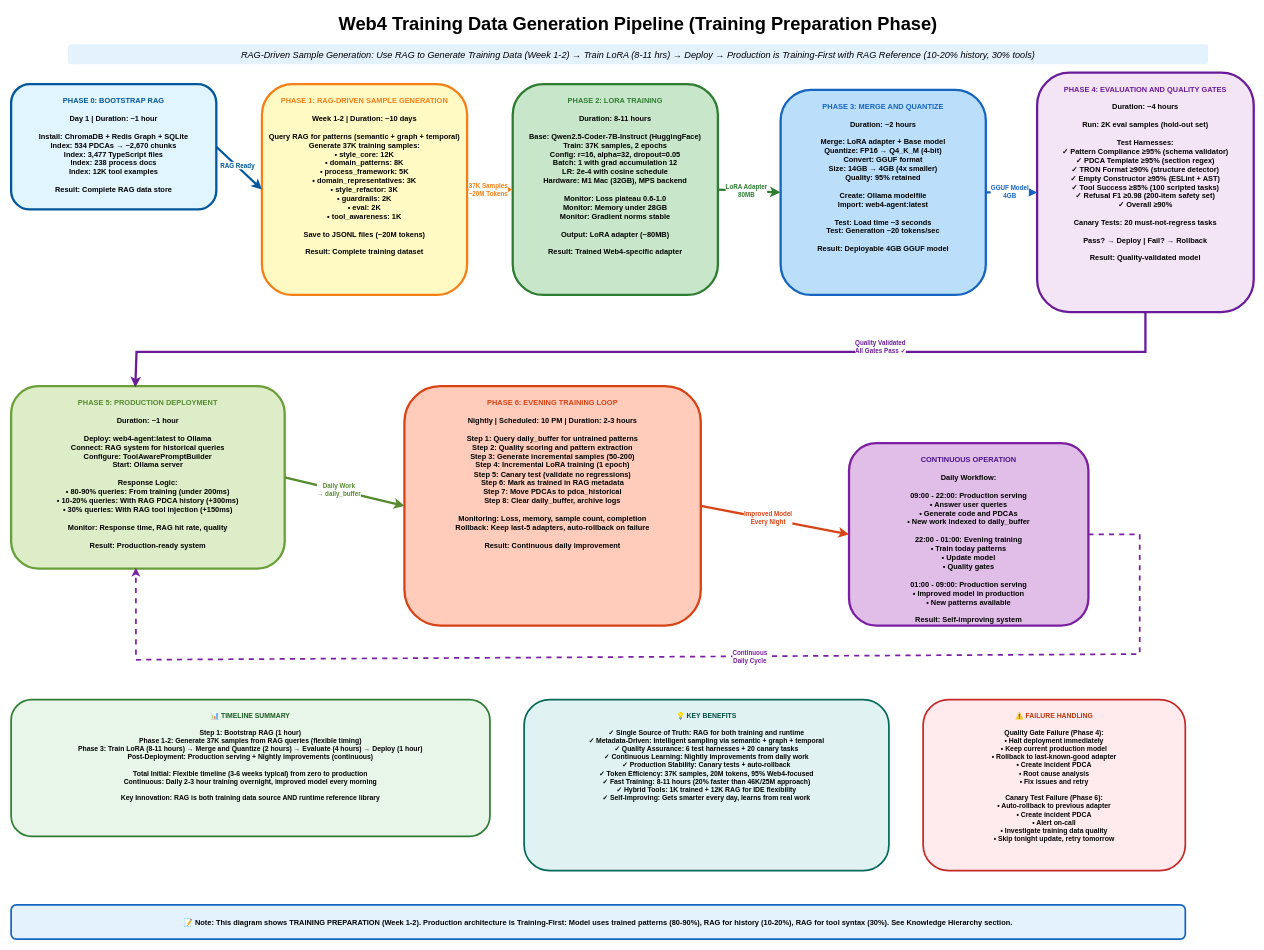
hannesnortje/LLM_Training keeps this draw.io diagram as page "RAG-First Training Pipeline" (2 of 5) of Training/Web4_Balanced_Training_Architecture.drawio. Above is the earlier version. Source tidied: cells renumbered, new cells numbered last; positions are measured from the earlier drawing's top-left corner, leaving out a move shared by most shapes. Both pictures are drawn from the tidied source at 57%, with x=0, y=0 at pixel (11, 10).
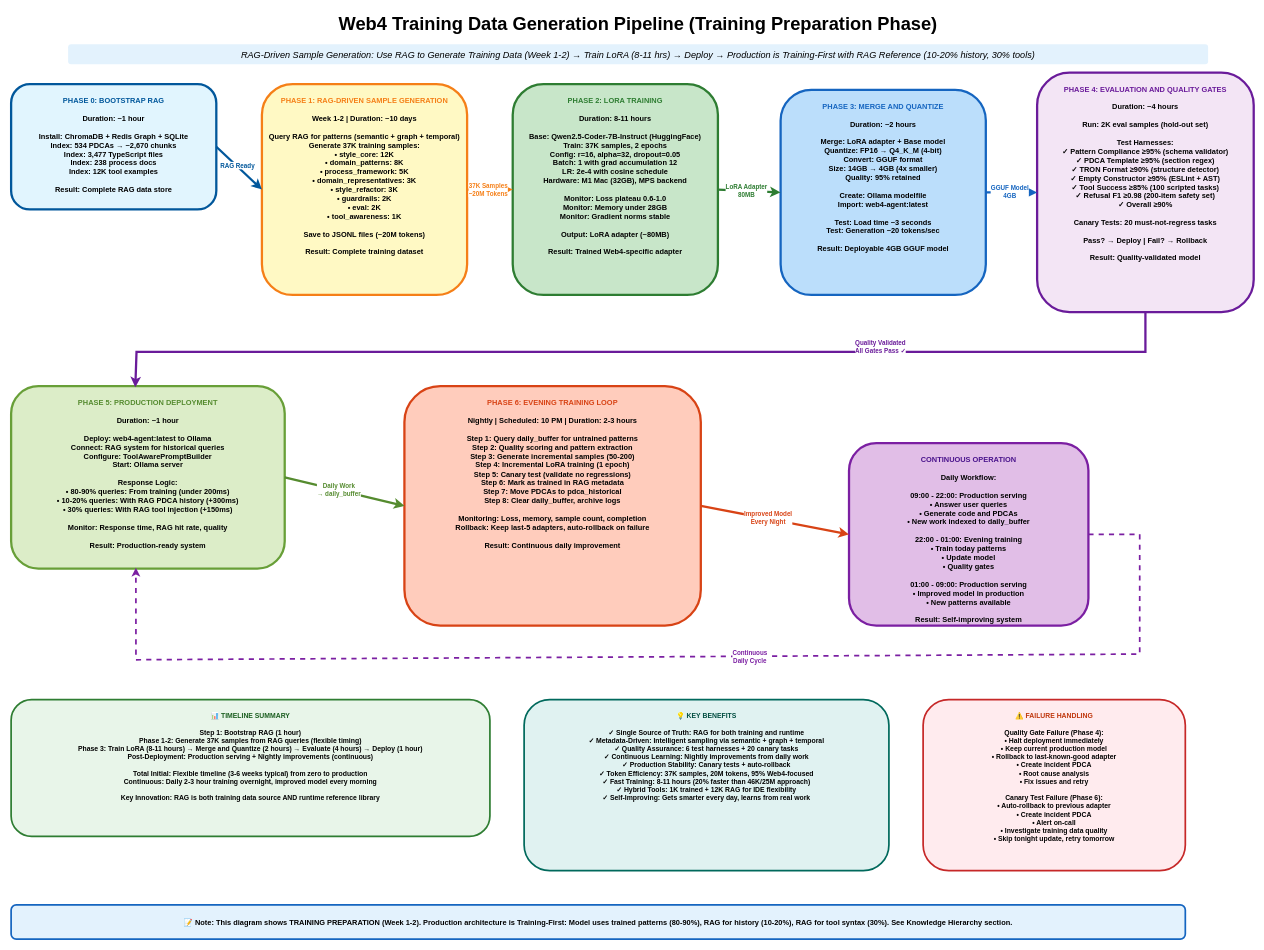
After the change.

Commit message (it also covers changes not shown here):
Complete Week-to-Phase and Day-to-Step conversion: Remove all remaining Week/Day references

Diff of the diagram source:
```diff
@@
-    <mxCell id="4" value="&lt;font color=&quot;#01579B&quot;&gt;PHASE 0: BOOTSTRAP RAG&lt;/font&gt;&#10;&#10;Day 1 | Duration: ~1 hour&#10;&#10;Install: ChromaDB + Redis Graph + SQLite&#10;Index: 534 PDCAs → ~2,670 chunks&#10;Index: 3,477 TypeScript files&#10;Index: 238 process docs&#10;Index: 12K tool examples&#10;&#10;Result: Complete RAG data store" style="rounded=1;whiteSpace=wrap;html=1;fillColor=#E1F5FE;strokeColor=#01579B;strokeWidth=4;fontSize=13;fontStyle=1;verticalAlign=top;spacingTop=15;" parent="1" vertex="1">
+    <mxCell id="4" value="&lt;font color=&quot;#01579B&quot;&gt;PHASE 0: BOOTSTRAP RAG&lt;/font&gt;&#10;&#10;Duration: ~1 hour&#10;&#10;Install: ChromaDB + Redis Graph + SQLite&#10;Index: 534 PDCAs → ~2,670 chunks&#10;Index: 3,477 TypeScript files&#10;Index: 238 process docs&#10;Index: 12K tool examples&#10;&#10;Result: Complete RAG data store" style="rounded=1;whiteSpace=wrap;html=1;fillColor=#E1F5FE;strokeColor=#01579B;strokeWidth=4;fontSize=13;fontStyle=1;verticalAlign=top;spacingTop=15;" parent="1" vertex="1">
       <mxGeometry y="130" width="360" height="220" as="geometry" />
     </mxCell>
```
